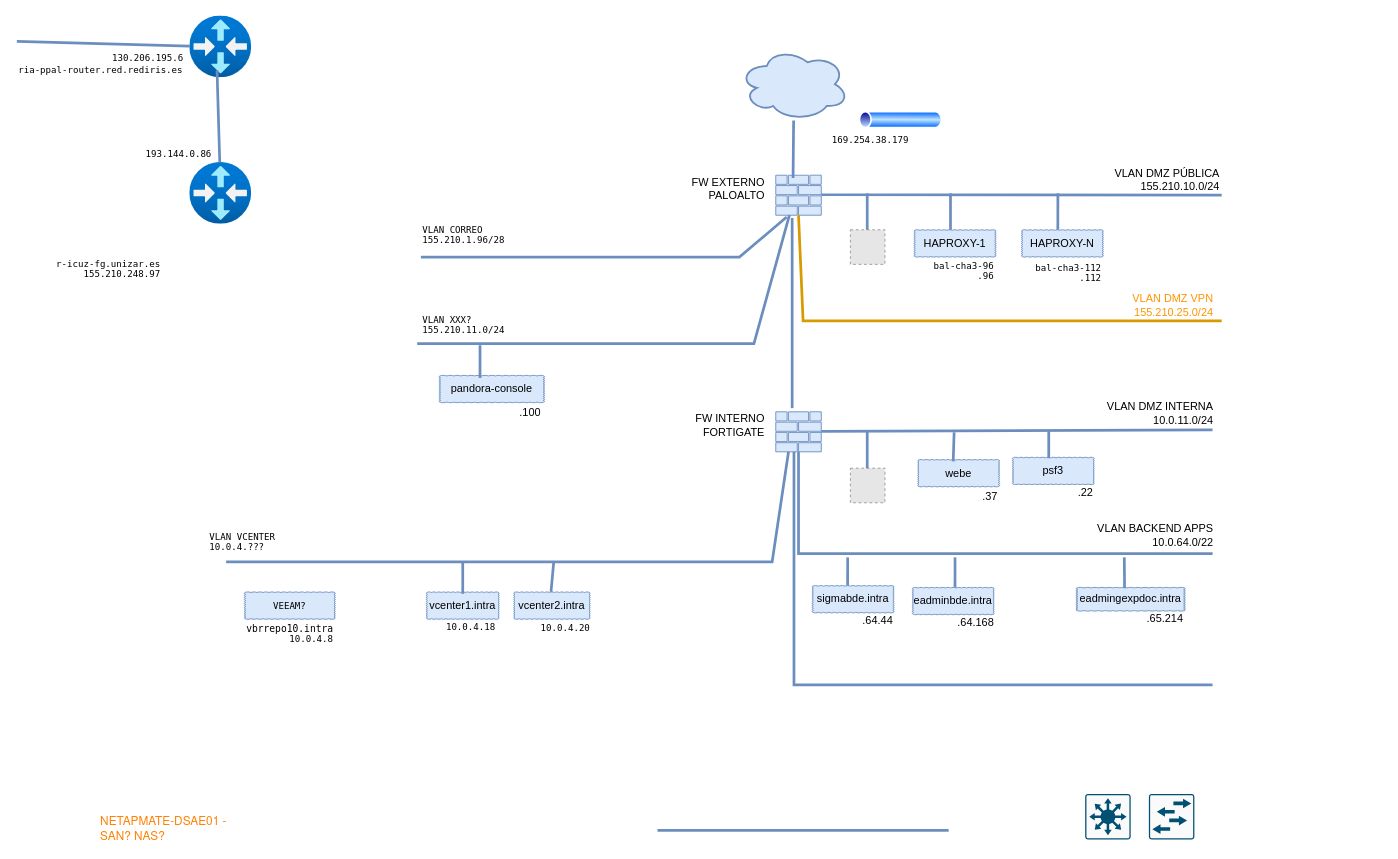
The draw.io diagram drawings/Red-unizar.drawio in miguel-martin/drawio, before the edit. Source tidied: cells renumbered, new cells numbered last; positions are measured from the earlier drawing's top-left corner, leaving out a move shared by most shapes. Both pictures are drawn from the tidied source at 91%, with x=0, y=0 at pixel (16, 15). Pictures stored in the file or linked from it are replaced by grey dashed boxes.
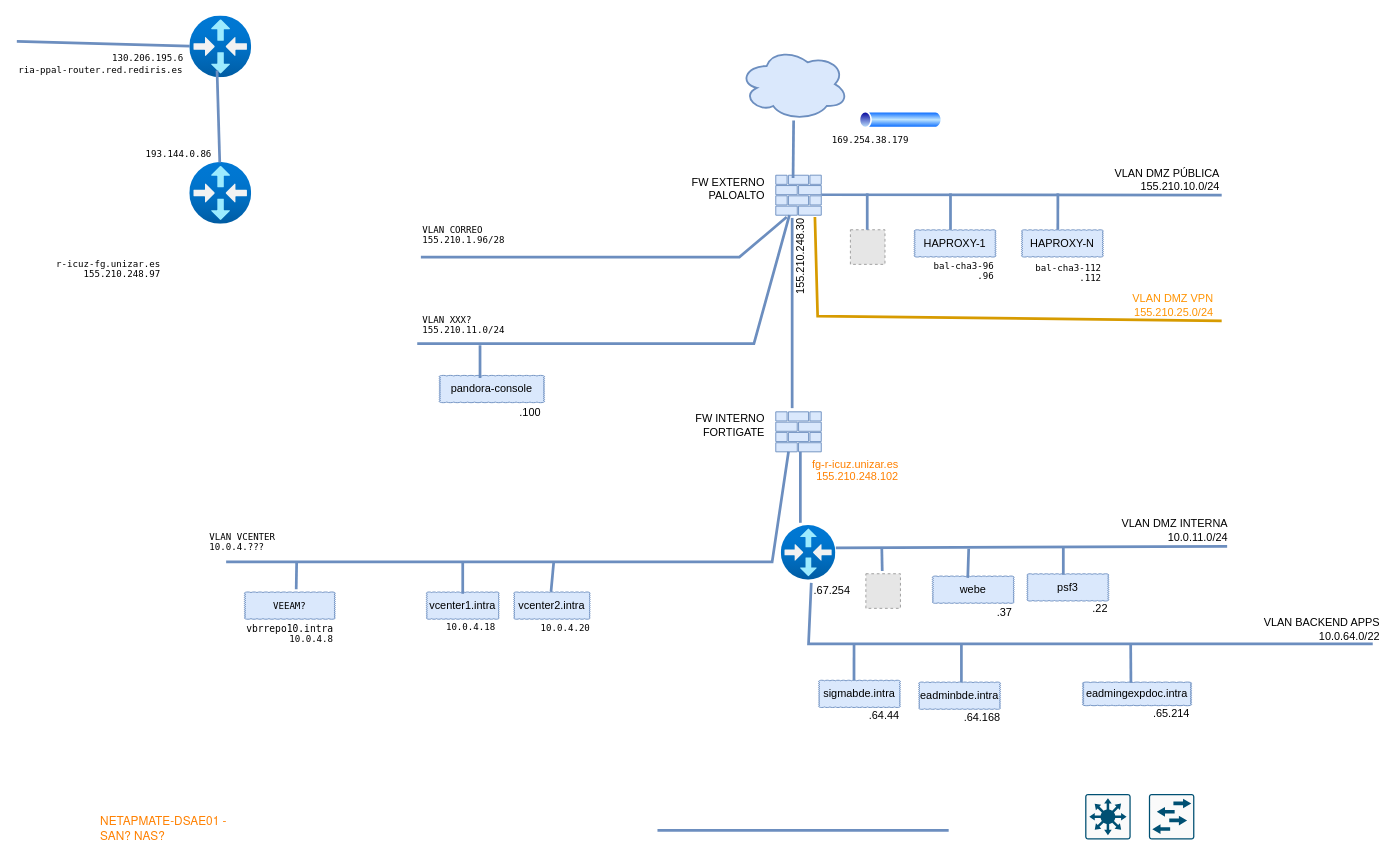
The same page after the edit.

The change refers to these unchanged cells:
```xml
<mxCell id="3" style="sketch=0;shadow=0;dashed=0;html=1;strokeColor=#6c8ebf;labelPosition=center;verticalLabelPosition=bottom;verticalAlign=top;align=center;fillColor=#dae8fc;shape=mxgraph.mscae.enterprise.firewall;" parent="1" vertex="1">
  <mxGeometry x="834" y="435" width="50" height="44" as="geometry" />
</mxCell>
<mxCell id="4" style="sketch=0;shadow=0;dashed=0;html=1;strokeColor=#6c8ebf;labelPosition=center;verticalLabelPosition=bottom;verticalAlign=top;align=center;fillColor=#dae8fc;shape=mxgraph.mscae.enterprise.firewall;" parent="1" vertex="1">
  <mxGeometry x="834" y="175" width="50" height="44" as="geometry" />
</mxCell>
<mxCell id="61" value="&lt;p style=&quot;margin: 0.0px 0.0px 0.0px 0.0px; font: 10.0px Menlo; color: #000000&quot;&gt;&lt;span style=&quot;font-variant-ligatures: no-common-ligatures&quot;&gt;VLAN VCENTER&lt;/span&gt;&lt;/p&gt;&lt;p style=&quot;margin: 0.0px 0.0px 0.0px 0.0px; font: 10.0px Menlo; color: #000000&quot;&gt;&lt;span style=&quot;font-variant-ligatures: no-common-ligatures&quot;&gt;10.0.4.???&lt;/span&gt;&lt;/p&gt;" style="text;whiteSpace=wrap;html=1;" parent="1" vertex="1">
  <mxGeometry x="210" y="560" width="130" height="40" as="geometry" />
</mxCell>
<mxCell id="68" value="&lt;p style=&quot;margin: 0px; font-style: normal; font-variant-caps: normal; font-stretch: normal; font-size: 10px; line-height: normal; font-family: Menlo; font-size-adjust: none; font-kerning: auto; font-variant-alternates: normal; font-variant-ligatures: normal; font-variant-numeric: normal; font-variant-east-asian: normal; font-variant-position: normal; font-variant-emoji: normal; font-feature-settings: normal; font-optical-sizing: auto; font-variation-settings: normal;&quot;&gt;VEEAM?&lt;/p&gt;" style="whiteSpace=wrap;html=1;shape=mxgraph.basic.cloud_rect;fillColor=#dae8fc;strokeColor=#6c8ebf;" parent="1" vertex="1">
  <mxGeometry x="250" y="633" width="100" height="30" as="geometry" />
</mxCell>
```

What changed in the source:
```diff
@@
     <mxCell id="12" style="endArrow=none;html=1;rounded=0;strokeWidth=3;fillColor=#dae8fc;strokeColor=#6c8ebf;" parent="1" edge="1">
       <mxGeometry relative="1" as="geometry">
-        <mxPoint x="884" y="456.5" as="sourcePoint" />
-        <mxPoint x="1314" y="455" as="targetPoint" />
+        <mxPoint x="900" y="584.5" as="sourcePoint" />
+        <mxPoint x="1330" y="583" as="targetPoint" />
       </mxGeometry>
     </mxCell>
-    <mxCell id="13" style="endArrow=none;html=1;rounded=0;strokeWidth=3;fillColor=#dae8fc;strokeColor=#6c8ebf;exitX=0.5;exitY=1;exitDx=0;exitDy=0;exitPerimeter=0;" parent="1" edge="1" source="3">
+    <mxCell id="13" style="endArrow=none;html=1;rounded=0;strokeWidth=3;fillColor=#dae8fc;strokeColor=#6c8ebf;exitX=0.55;exitY=1.05;exitDx=0;exitDy=0;exitPerimeter=0;" parent="1" edge="1" source="77">
       <mxGeometry relative="1" as="geometry">
-        <mxPoint x="1314" y="591" as="targetPoint" />
+        <mxPoint x="1490" y="690" as="targetPoint" />
         <Array as="points">
-          <mxPoint x="859" y="591" />
-          <mxPoint x="1084" y="591" />
+          <mxPoint x="870" y="690" />
+          <mxPoint x="1260" y="690" />
         </Array>
       </mxGeometry>
     </mxCell>
@@
     <mxCell id="17" value="&lt;div&gt;VLAN BACKEND APPS&lt;/div&gt;&lt;div&gt;10.0.64.0/22&lt;/div&gt;" style="text;strokeColor=none;align=right;fillColor=none;html=1;verticalAlign=middle;whiteSpace=wrap;rounded=0;" parent="1" vertex="1">
-      <mxGeometry x="1157" y="556" width="160" height="30" as="geometry" />
+      <mxGeometry x="1340" y="659" width="160" height="30" as="geometry" />
     </mxCell>
     <mxCell id="18" value="eadmingexpdoc.intra" style="whiteSpace=wrap;html=1;shape=mxgraph.basic.cloud_rect;fillColor=#dae8fc;strokeColor=#6c8ebf;" parent="1" vertex="1">
-      <mxGeometry x="1164" y="628" width="120" height="26" as="geometry" />
+      <mxGeometry x="1171" y="732" width="120" height="26" as="geometry" />
     </mxCell>
     <mxCell id="19" value="&lt;div&gt;.65.214&lt;/div&gt;&lt;div&gt;&lt;br&gt;&lt;/div&gt;" style="text;strokeColor=none;align=right;fillColor=none;html=1;verticalAlign=middle;whiteSpace=wrap;rounded=0;" parent="1" vertex="1">
-      <mxGeometry x="1184" y="655" width="100" height="30" as="geometry" />
+      <mxGeometry x="1191" y="759" width="100" height="30" as="geometry" />
     </mxCell>
     <mxCell id="20" style="endArrow=none;html=1;rounded=0;strokeWidth=3;fillColor=#dae8fc;strokeColor=#6c8ebf;exitX=0.444;exitY=0.033;exitDx=0;exitDy=0;exitPerimeter=0;" parent="1" edge="1" source="18">
       <mxGeometry relative="1" as="geometry">
-        <mxPoint x="1217" y="595" as="targetPoint" />
+        <mxPoint x="1224" y="690" as="targetPoint" />
       </mxGeometry>
     </mxCell>
     <mxCell id="21" value="&lt;div&gt;VLAN DMZ INTERNA&lt;/div&gt;&lt;div&gt;10.0.11.0/24&lt;/div&gt;" style="text;strokeColor=none;align=right;fillColor=none;html=1;verticalAlign=middle;whiteSpace=wrap;rounded=0;" parent="1" vertex="1">
-      <mxGeometry x="1157" y="422" width="160" height="30" as="geometry" />
+      <mxGeometry x="1173" y="550" width="160" height="30" as="geometry" />
     </mxCell>
     <mxCell id="22" value="psf3" style="whiteSpace=wrap;html=1;shape=mxgraph.basic.cloud_rect;fillColor=#dae8fc;strokeColor=#6c8ebf;" parent="1" vertex="1">
-      <mxGeometry x="1094" y="485" width="90" height="30" as="geometry" />
+      <mxGeometry x="1110" y="613" width="90" height="30" as="geometry" />
     </mxCell>
@@
     <mxCell id="25" style="endArrow=none;html=1;rounded=0;strokeWidth=3;fillColor=#dae8fc;strokeColor=#6c8ebf;exitX=0.444;exitY=0.033;exitDx=0;exitDy=0;exitPerimeter=0;" parent="1" edge="1" source="22">
       <mxGeometry relative="1" as="geometry">
-        <mxPoint x="1134" y="455" as="targetPoint" />
+        <mxPoint x="1150" y="583" as="targetPoint" />
       </mxGeometry>
     </mxCell>
     <mxCell id="26" value="&lt;div&gt;.22&lt;br&gt;&lt;/div&gt;" style="text;strokeColor=none;align=right;fillColor=none;html=1;verticalAlign=middle;whiteSpace=wrap;rounded=0;" parent="1" vertex="1">
-      <mxGeometry x="1145" y="509" width="40" height="30" as="geometry" />
+      <mxGeometry x="1161" y="637" width="40" height="30" as="geometry" />
     </mxCell>
-    <mxCell id="27" style="endArrow=none;html=1;rounded=0;strokeWidth=3;fillColor=#ffe6cc;strokeColor=#d79b00;exitX=0.5;exitY=1;exitDx=0;exitDy=0;exitPerimeter=0;fontColor=#ff9300;" parent="1" edge="1" source="4">
+    <mxCell id="27" style="endArrow=none;html=1;rounded=0;strokeWidth=3;fillColor=#ffe6cc;strokeColor=#d79b00;exitX=0.86;exitY=1.045;exitDx=0;exitDy=0;exitPerimeter=0;fontColor=#ff9300;" parent="1" edge="1" source="4">
       <mxGeometry relative="1" as="geometry">
         <mxPoint x="1324" y="335" as="targetPoint" />
         <Array as="points">
-          <mxPoint x="864" y="335" />
+          <mxPoint x="880" y="330" />
         </Array>
       </mxGeometry>
     </mxCell>
@@
-    <mxCell id="29" value="&lt;div&gt;&lt;br&gt;&lt;/div&gt;" style="text;strokeColor=none;align=right;fillColor=none;html=1;verticalAlign=middle;whiteSpace=wrap;rounded=0;" parent="1" vertex="1">
-      <mxGeometry x="1157" y="695" width="160" height="30" as="geometry" />
-    </mxCell>
-    <mxCell id="30" style="endArrow=none;html=1;rounded=0;strokeWidth=3;fillColor=#dae8fc;strokeColor=#6c8ebf;exitX=0.5;exitY=1;exitDx=0;exitDy=0;exitPerimeter=0;" parent="1" edge="1">
-      <mxGeometry relative="1" as="geometry">
-        <mxPoint x="854" y="479" as="sourcePoint" />
-        <mxPoint x="1314" y="735" as="targetPoint" />
-        <Array as="points">
-          <mxPoint x="854" y="591" />
-          <mxPoint x="854" y="735" />
-        </Array>
-      </mxGeometry>
-    </mxCell>
     <mxCell id="31" value="sigmabde.intra" style="whiteSpace=wrap;html=1;shape=mxgraph.basic.cloud_rect;fillColor=#dae8fc;strokeColor=#6c8ebf;" parent="1" vertex="1">
-      <mxGeometry x="874" y="626" width="90" height="30" as="geometry" />
+      <mxGeometry x="881" y="730" width="90" height="30" as="geometry" />
     </mxCell>
     <mxCell id="32" value="&lt;div&gt;.64.44&lt;/div&gt;" style="text;strokeColor=none;align=right;fillColor=none;html=1;verticalAlign=middle;whiteSpace=wrap;rounded=0;" parent="1" vertex="1">
-      <mxGeometry x="865" y="650" width="100" height="30" as="geometry" />
+      <mxGeometry x="872" y="754" width="100" height="30" as="geometry" />
     </mxCell>
     <mxCell id="33" style="endArrow=none;html=1;rounded=0;strokeWidth=3;fillColor=#dae8fc;strokeColor=#6c8ebf;exitX=0.433;exitY=0;exitDx=0;exitDy=0;exitPerimeter=0;" parent="1" edge="1" source="31">
       <mxGeometry relative="1" as="geometry">
-        <mxPoint x="913" y="595" as="targetPoint" />
+        <mxPoint x="920" y="690" as="targetPoint" />
       </mxGeometry>
     </mxCell>
     <mxCell id="34" value="eadminbde.intra" style="whiteSpace=wrap;html=1;shape=mxgraph.basic.cloud_rect;fillColor=#dae8fc;strokeColor=#6c8ebf;" parent="1" vertex="1">
-      <mxGeometry x="984" y="628" width="90" height="30" as="geometry" />
+      <mxGeometry x="991" y="732" width="90" height="30" as="geometry" />
     </mxCell>
     <mxCell id="35" style="endArrow=none;html=1;rounded=0;strokeWidth=3;fillColor=#dae8fc;strokeColor=#6c8ebf;exitX=0.522;exitY=0;exitDx=0;exitDy=0;exitPerimeter=0;" parent="1" edge="1" source="34">
       <mxGeometry relative="1" as="geometry">
-        <mxPoint x="1031" y="595" as="targetPoint" />
+        <mxPoint x="1038" y="690" as="targetPoint" />
       </mxGeometry>
     </mxCell>
     <mxCell id="36" value="&lt;div&gt;.64.168&lt;/div&gt;" style="text;strokeColor=none;align=right;fillColor=none;html=1;verticalAlign=middle;whiteSpace=wrap;rounded=0;" parent="1" vertex="1">
-      <mxGeometry x="976" y="652" width="100" height="30" as="geometry" />
+      <mxGeometry x="983" y="756" width="100" height="30" as="geometry" />
     </mxCell>
@@
     <mxCell id="39" value="webe" style="whiteSpace=wrap;html=1;shape=mxgraph.basic.cloud_rect;fillColor=#dae8fc;strokeColor=#6c8ebf;" parent="1" vertex="1">
-      <mxGeometry x="990" y="487.5" width="90" height="30" as="geometry" />
+      <mxGeometry x="1006" y="615.5" width="90" height="30" as="geometry" />
     </mxCell>
@@
     <mxCell id="47" style="endArrow=none;html=1;rounded=0;strokeWidth=3;fillColor=#dae8fc;strokeColor=#6c8ebf;entryX=0.433;entryY=0.067;entryDx=0;entryDy=0;entryPerimeter=0;" parent="1" edge="1" target="39">
       <mxGeometry relative="1" as="geometry">
-        <mxPoint x="1030" y="457.5" as="sourcePoint" />
+        <mxPoint x="1046" y="585.5" as="sourcePoint" />
       </mxGeometry>
     </mxCell>
     <mxCell id="48" value="&lt;div&gt;.37&lt;br&gt;&lt;/div&gt;" style="text;strokeColor=none;align=right;fillColor=none;html=1;verticalAlign=middle;whiteSpace=wrap;rounded=0;" parent="1" vertex="1">
-      <mxGeometry x="1040" y="512.5" width="40" height="30" as="geometry" />
+      <mxGeometry x="1056" y="640.5" width="40" height="30" as="geometry" />
     </mxCell>
@@
     <mxCell id="73" style="fillColor=#E6E6E6;strokeColor=#999999;dashed=1;html=1;verticalAlign=top;verticalLabelPosition=bottom;labelBackgroundColor=#ffffff;" parent="1" vertex="1">
-      <mxGeometry x="916" y="497" width="38" height="38" as="geometry" />
+      <mxGeometry x="933" y="613" width="38" height="38" as="geometry" />
     </mxCell>
     <mxCell id="74" style="endArrow=none;html=1;rounded=0;strokeWidth=3;fillColor=#dae8fc;strokeColor=#6c8ebf;" parent="1" edge="1">
       <mxGeometry relative="1" as="geometry">
-        <mxPoint x="934.5" y="497" as="sourcePoint" />
-        <mxPoint x="934.5" y="457" as="targetPoint" />
+        <mxPoint x="951" y="610" as="sourcePoint" />
+        <mxPoint x="950.5" y="585" as="targetPoint" />
       </mxGeometry>
     </mxCell>
+    <mxCell id="75" style="endArrow=none;html=1;rounded=0;strokeWidth=3;fillColor=#dae8fc;strokeColor=#6c8ebf;entryX=0.57;entryY=-0.1;entryDx=0;entryDy=0;entryPerimeter=0;exitX=0.75;exitY=1;exitDx=0;exitDy=0;" parent="1" edge="1" source="61" target="68">
+      <mxGeometry relative="1" as="geometry" />
+    </mxCell>
+    <mxCell id="76" value=".67.254" style="text;whiteSpace=wrap;" parent="1" vertex="1">
+      <mxGeometry x="874" y="618" width="50" height="20" as="geometry" />
+    </mxCell>
+    <mxCell id="77" style="image;html=1;points=[];align=center;fontSize=12;image=img/lib/azure2/networking/Virtual_Router.svg;" parent="1" vertex="1">
+      <mxGeometry x="840" y="560" width="60" height="60" as="geometry" />
+    </mxCell>
+    <mxCell id="78" value="fg-r-icuz.unizar.es&#10;155.210.248.102" style="text;whiteSpace=wrap;align=right;fontColor=#FF8000;" parent="1" vertex="1">
+      <mxGeometry x="861" y="479" width="110" height="40" as="geometry" />
+    </mxCell>
+    <mxCell id="79" style="endArrow=none;html=1;rounded=0;strokeWidth=3;fillColor=#dae8fc;strokeColor=#6c8ebf;entryX=0.35;entryY=-0.05;entryDx=0;entryDy=0;entryPerimeter=0;exitX=0;exitY=0;exitDx=0;exitDy=0;" parent="1" edge="1" source="78" target="77">
+      <mxGeometry relative="1" as="geometry" />
+    </mxCell>
+    <mxCell id="80" value="155.210.248.30" style="text;whiteSpace=wrap;rotation=-90;" parent="1" vertex="1">
+      <mxGeometry x="807" y="228" width="120" height="40" as="geometry" />
+    </mxCell>
```
